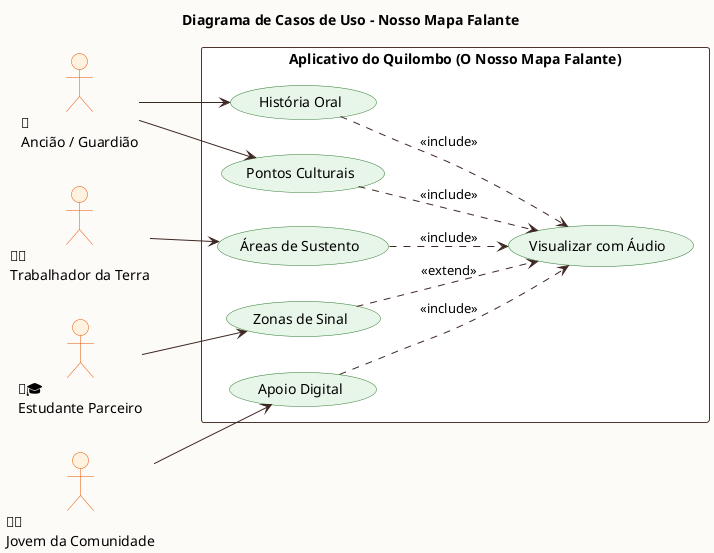
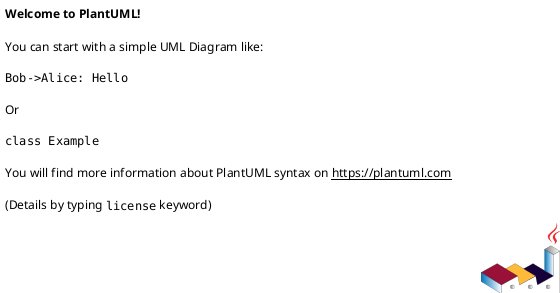
- @startuml
+ @startuml casos_uso
' =========================================================================
' INÍCIO DO DIAGRAMA - NOSSO MAPA FALANTE QUILOMBOLA (VERSÃO LIMPA)
' =========================================================================
' Removidos os textos longos e organizadas as setas para ZERO cruzamentos.

title Diagrama de Casos de Uso - Nosso Mapa Falante
left to right direction

' --- Estilização Harmoniosa para a Comunidade ---
skinparam BackgroundColor #FDFBF7
skinparam ActorBackgroundColor #FFF3E0
skinparam ActorBorderColor #E65100
skinparam UsecaseBackgroundColor #E8F5E9
skinparam UsecaseBorderColor #2E7D32
skinparam RectangleBackgroundColor #FFFFFF
skinparam RectangleBorderColor #4E342E
skinparam ArrowColor #3E2723

' --- ATORES (As Nossas Mini Pessoas Organizadíssimas) ---
actor "🧓\nAncião / Guardião" as Anc
actor "👨‍🌾\nTrabalhador da Terra" as Trab
actor "🧑‍🎓\nEstudante Parceiro" as Est
actor "🧑‍📱\nJovem da Comunidade" as Jov

' --- O SISTEMA (O Aplicativo Sem Repetições) ---
rectangle "Aplicativo do Quilombo (O Nosso Mapa Falante)" {

    ' Balões curtos e diretos, exatamente como você pediu
    usecase "História Oral" as UC1
    usecase "Pontos Culturais" as UC2
    usecase "Áreas de Sustento" as UC3

    ' O coração do aplicativo (Onde tudo se complementa de forma contínua)
    usecase "Visualizar com Áudio" as UC4

    usecase "Zonas de Sinal" as UC6
    usecase "Apoio Digital" as UC5
}

' --- SETAS DIRETAS (Cada ator vai direto e reto para o seu quadrado) ---
Anc --> UC1
Anc --> UC2
Trab --> UC3
Est --> UC6
Jov --> UC5

' --- A CONTINUIDADE (Como um caso de uso complementa o outro sem cruzar linhas) ---
' Em vez de puxar fios lá de fora, as informações se alimentam de forma limpa por dentro:
UC1 ..> UC4 : <<include>>
UC2 ..> UC4 : <<include>>
UC3 ..> UC4 : <<include>>
UC6 ..> UC4 : <<extend>>
UC5 ..> UC4 : <<include>>

' =========================================================================
' FIM DO DIAGRAMA
' =========================================================================
- @enduml+ @startuml casos_uso